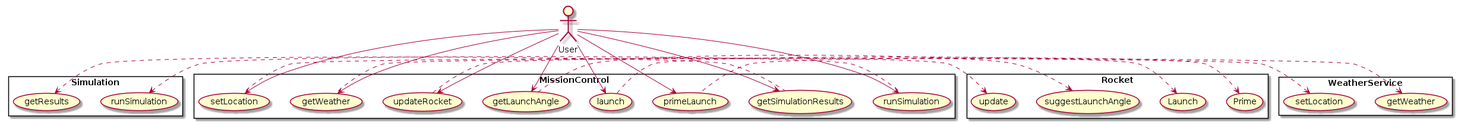
The PlantUML diagram uml_diagrams/use_case_diagram/use_case_diagram.png in andrewellio/mission-control-, before a commit.
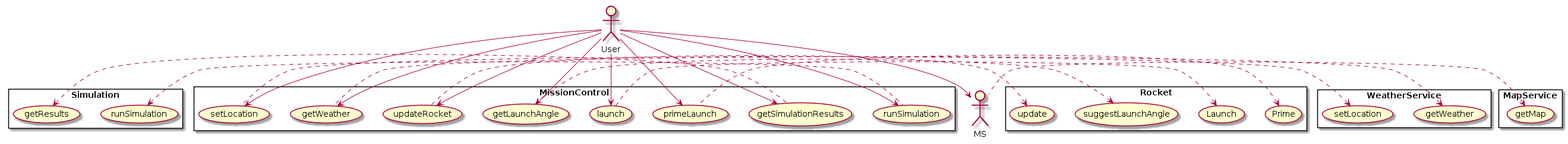
After the change.

Commit message:
Update Architecture Document

What changed in the source:
```diff
@@ -1,10 +1,5 @@
-@startuml
+@startuml use_case_diagram
 skinparam packageStyle rectangle
-
-skinparam usecase {
-	BackgroundColor<< Selected >> GreenYellow
-	BorderColor<< Selected >> Black
-}
 
 actor User
 
@@ -27,6 +22,7 @@
 User --> GLA
 User --> SL
 User --> GSR
+User --> MS
 
 rectangle Simulation {
 	(runSimulation) <. RS
@@ -44,4 +40,8 @@
 	(getWeather) <. GW
 	(setLocation) <. SL
 }
+
+rectangle MapService {
+	(getMap) <. MS
+}
 @enduml
```
